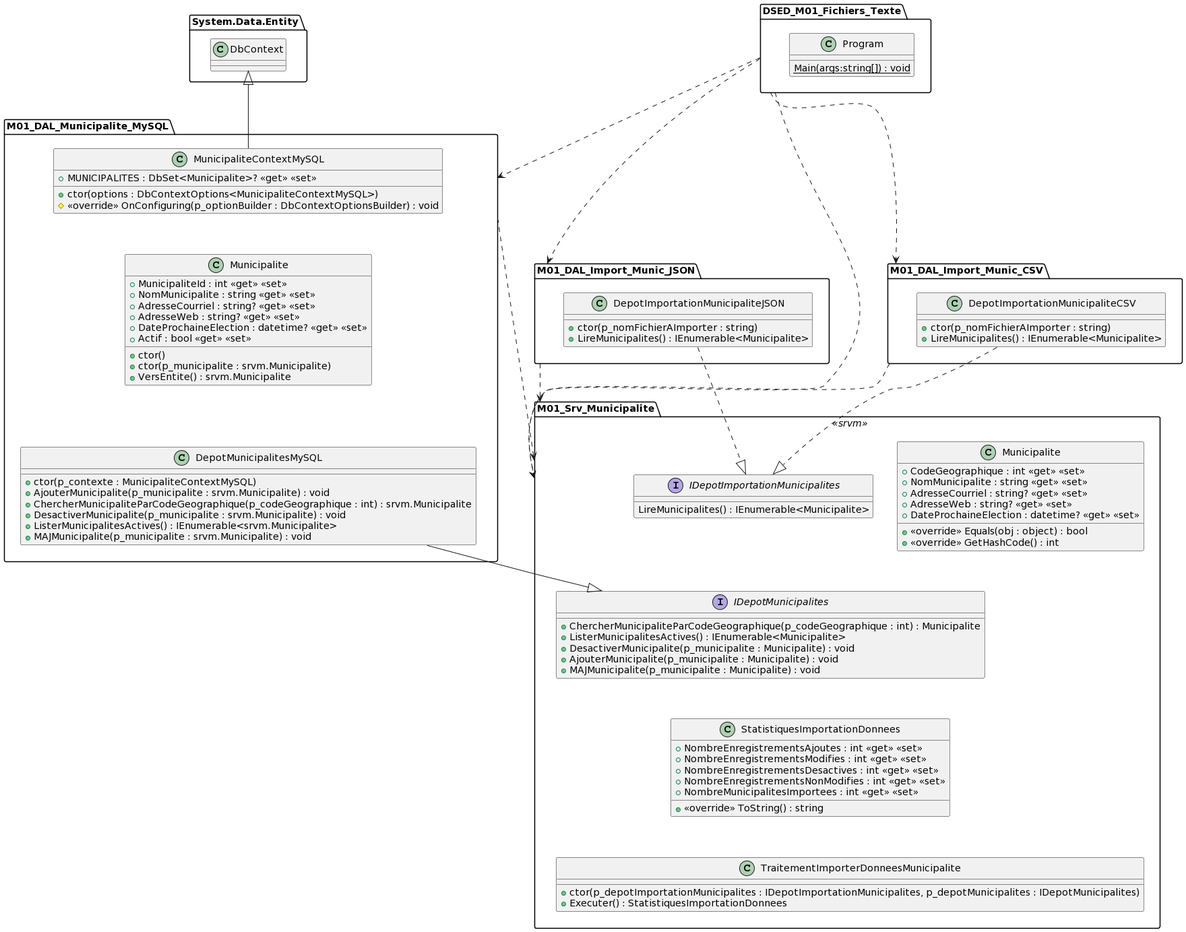
Before: images/Module01_Introduction/uml_exercice1/uml_exercice1.png, a diagram exported from PlantUML (PiFou86/420-W47-SF).
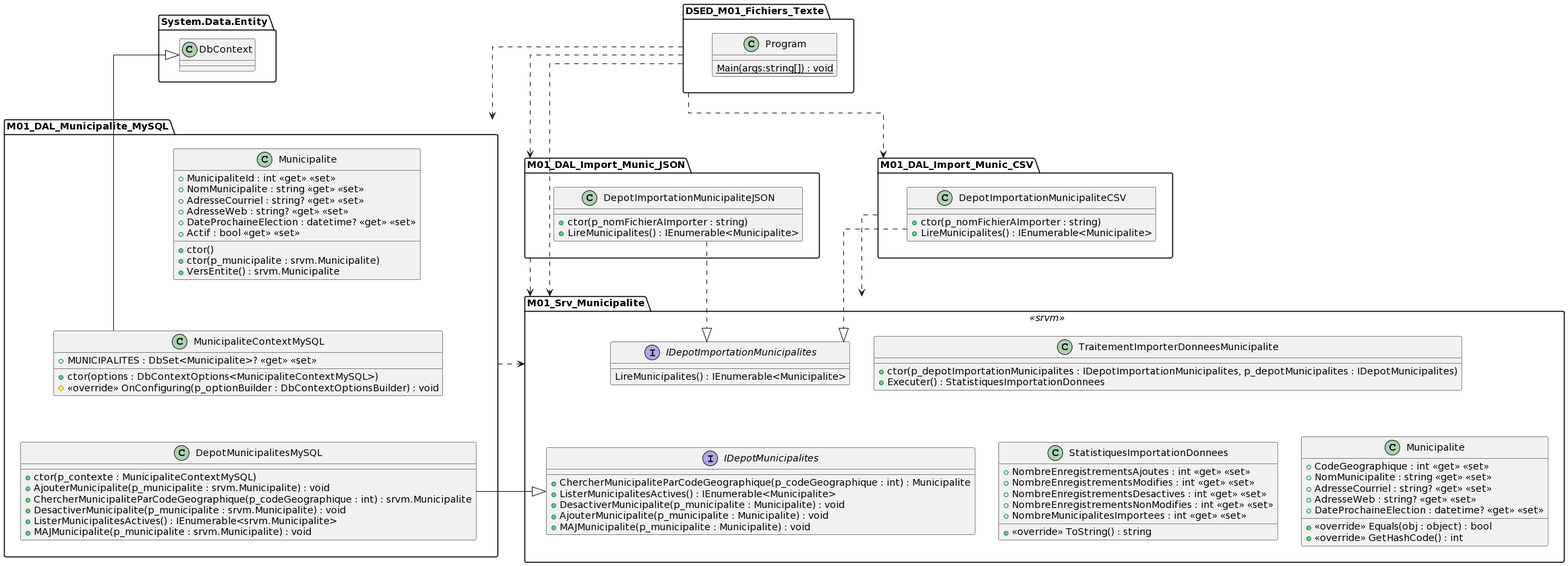
After the commit.

What changed in the source:
```diff
@@ -1,5 +1,6 @@
 @startuml
 set namespaceSeparator ::
+skinparam linetype ortho
 
 namespace DSED_M01_Fichiers_Texte {
     class Program {
@@ -45,8 +46,9 @@
     }
 
     IDepotImportationMunicipalites -[hidden]-> IDepotMunicipalites
-    IDepotMunicipalites -[hidden]-> StatistiquesImportationDonnees
-    StatistiquesImportationDonnees -[hidden]-> TraitementImporterDonneesMunicipalite
+    IDepotImportationMunicipalites -[hidden]> TraitementImporterDonneesMunicipalite
+    TraitementImporterDonneesMunicipalite -[hidden]-> StatistiquesImportationDonnees
+    StatistiquesImportationDonnees -[hidden]> Municipalite
 }
 
 namespace M01_DAL_Municipalite_MySQL {
@@ -59,7 +61,7 @@
         + MAJMunicipalite(p_municipalite : srvm.Municipalite) : void
     }
 
-    DepotMunicipalitesMySQL --|> M01_Srv_Municipalite::IDepotMunicipalites
+    DepotMunicipalitesMySQL -|> M01_Srv_Municipalite::IDepotMunicipalites
 
     class Municipalite {
         + MunicipaliteId : int <<get>> <<set>>
@@ -79,10 +81,9 @@
         # <<override>> OnConfiguring(p_optionBuilder : DbContextOptionsBuilder) : void
     }
 
-    MunicipaliteContextMySQL -[hidden]-> Municipalite
-    Municipalite -[hidden]-> DepotMunicipalitesMySQL
+    Municipalite -[hidden]-> MunicipaliteContextMySQL
+    MunicipaliteContextMySQL -[hidden]-> DepotMunicipalitesMySQL
 }
-
 
 namespace M01_DAL_Import_Munic_CSV {
     class DepotImportationMunicipaliteCSV {
@@ -106,8 +107,11 @@
 DSED_M01_Fichiers_Texte ..> M01_DAL_Import_Munic_CSV
 DSED_M01_Fichiers_Texte ..> M01_DAL_Municipalite_MySQL
 DSED_M01_Fichiers_Texte ..> M01_Srv_Municipalite
+
 M01_DAL_Import_Munic_CSV ..> M01_Srv_Municipalite
 M01_DAL_Import_Munic_JSON ..> M01_Srv_Municipalite
 M01_DAL_Municipalite_MySQL ..> M01_Srv_Municipalite
+
+System.Data.Entity::DbContext -[hidden]-> M01_DAL_Municipalite_MySQL::Municipalite
 M01_DAL_Municipalite_MySQL::MunicipaliteContextMySQL -u-|> System.Data.Entity::DbContext
 @enduml
```
